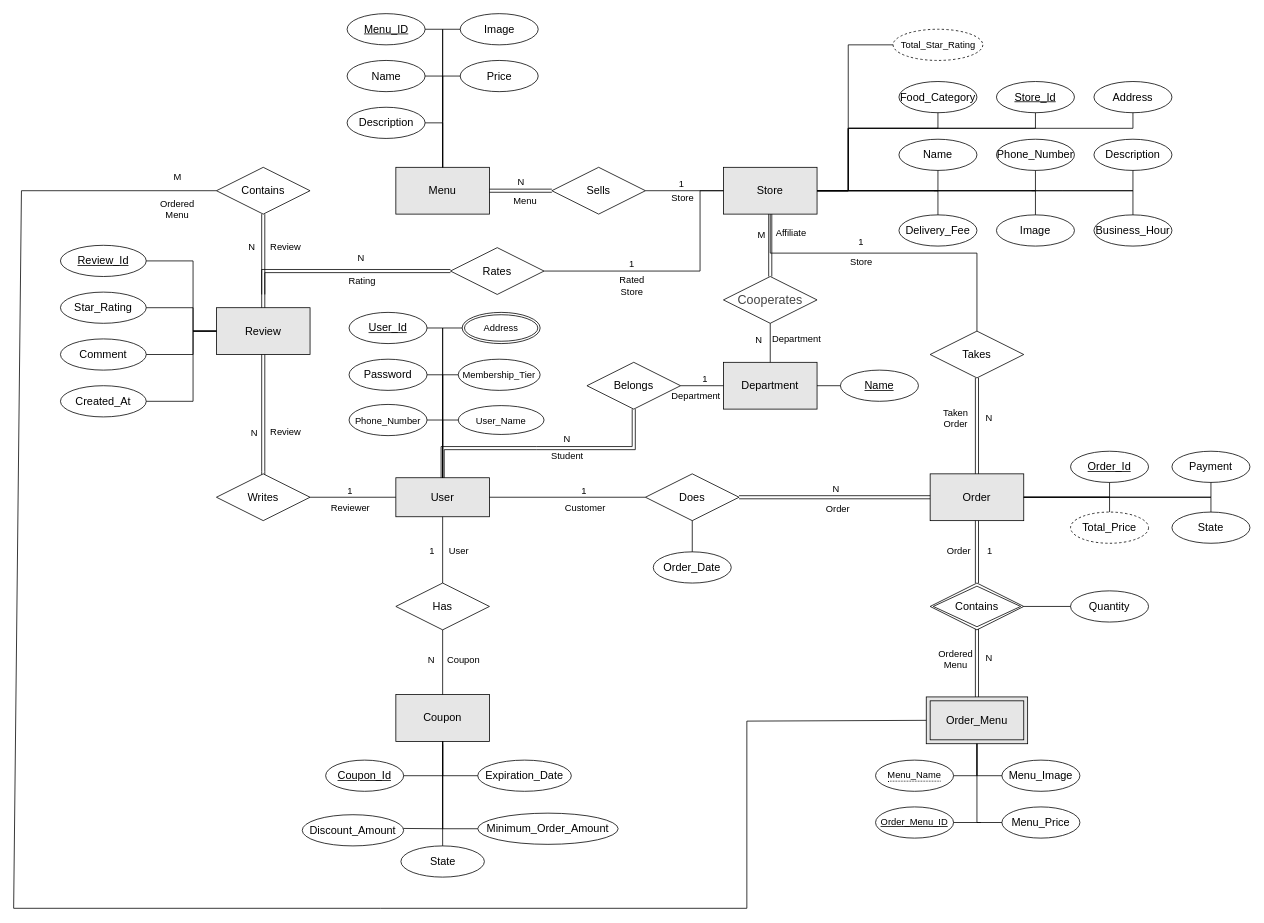
This is docs/diagrams/entity-relationship/er_diagram.drawio from scv1702/delivery-king-hobanwoo, a draw.io file, before an edit. Source tidied: cells renumbered, new cells numbered last; positions are measured from the earlier drawing's top-left corner, leaving out a move shared by most shapes. Both pictures are drawn from the tidied source at 78%, with x=0, y=0 at pixel (13, 13).
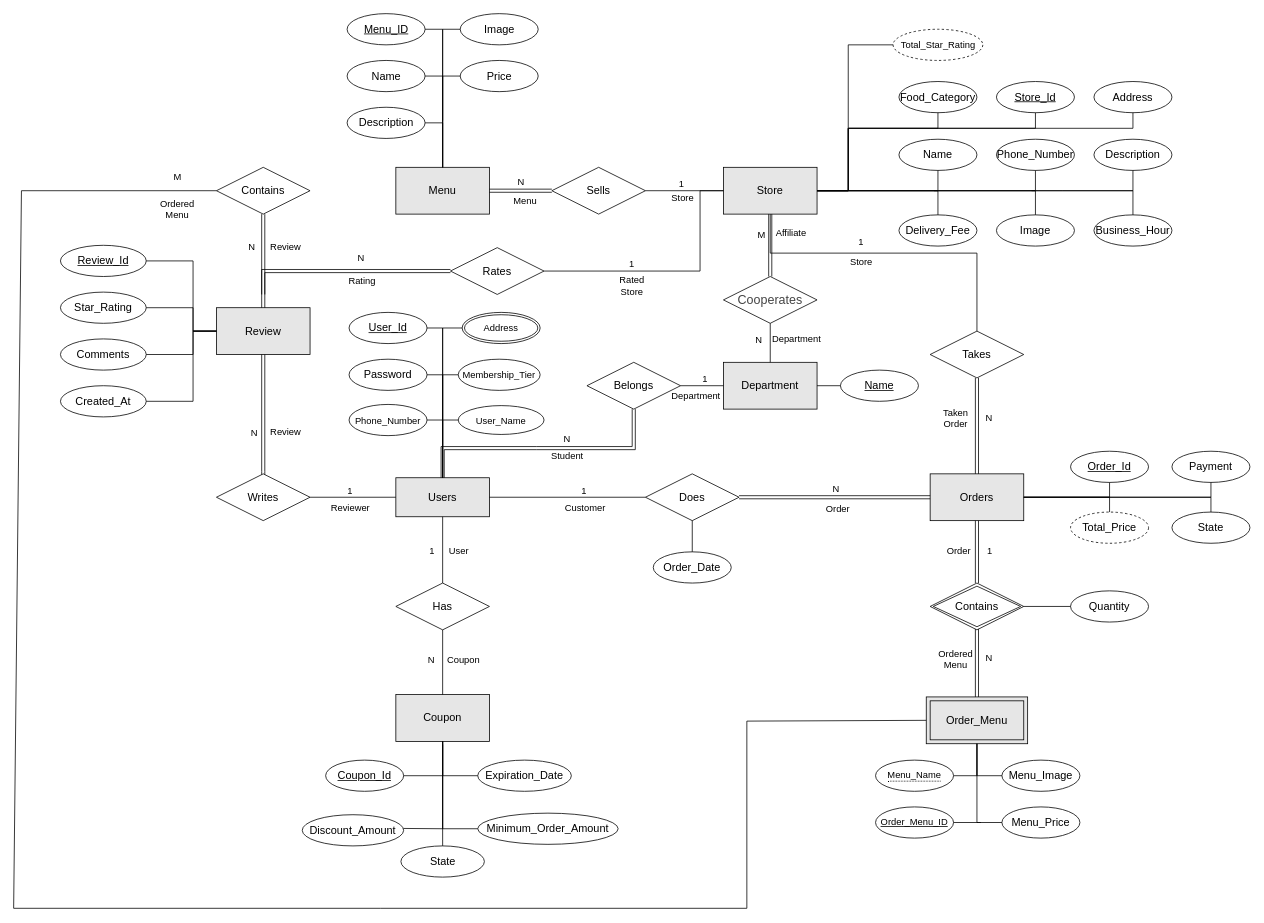
The same page after the edit.

Commit message (it also covers changes not shown here):
Docs: change er_diagram, relation-model

Change to the diagram source:
```diff
@@
-    <mxCell id="2" value="&lt;font style=&quot;font-size: 14px;&quot;&gt;Order&lt;/font&gt;" style="rounded=0;whiteSpace=wrap;html=1;fillColor=#E6E6E6;" parent="1" vertex="1">
+    <mxCell id="2" value="&lt;font style=&quot;font-size: 14px;&quot;&gt;Orders&lt;/font&gt;" style="rounded=0;whiteSpace=wrap;html=1;fillColor=#E6E6E6;" parent="1" vertex="1">
       <mxGeometry x="1175" y="590" width="120" height="60" as="geometry" />
     </mxCell>
@@
-    <mxCell id="5" value="&lt;span style=&quot;font-size: 14px;&quot;&gt;User&lt;br&gt;&lt;/span&gt;" style="rounded=0;whiteSpace=wrap;html=1;fillColor=#E6E6E6;" parent="1" vertex="1">
+    <mxCell id="5" value="&lt;span style=&quot;font-size: 14px;&quot;&gt;Users&lt;br&gt;&lt;/span&gt;" style="rounded=0;whiteSpace=wrap;html=1;fillColor=#E6E6E6;" parent="1" vertex="1">
       <mxGeometry x="490" y="595" width="120" height="50" as="geometry" />
     </mxCell>
@@
-    <mxCell id="9" value="Comment" style="ellipse;whiteSpace=wrap;html=1;align=center;fontSize=14;" parent="1" vertex="1">
+    <mxCell id="9" value="Comments" style="ellipse;whiteSpace=wrap;html=1;align=center;fontSize=14;" parent="1" vertex="1">
       <mxGeometry x="60" y="417" width="110" height="40" as="geometry" />
     </mxCell>
```
